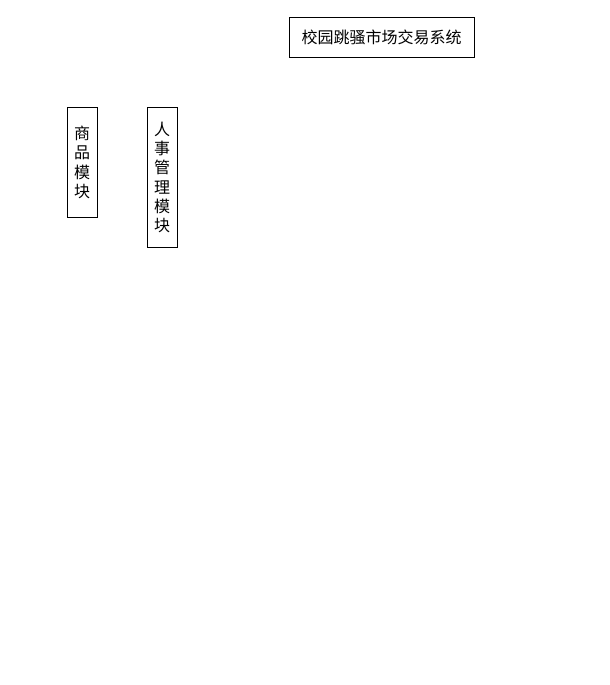
The draw.io diagram 系统框图.drawio in 200928/image, before the edit. Source tidied: cells renumbered, new cells numbered last; positions are measured from the earlier drawing's top-left corner, leaving out a move shared by most shapes. Both pictures are drawn from the tidied source at 100%, with x=0, y=0 at pixel (67, 17).
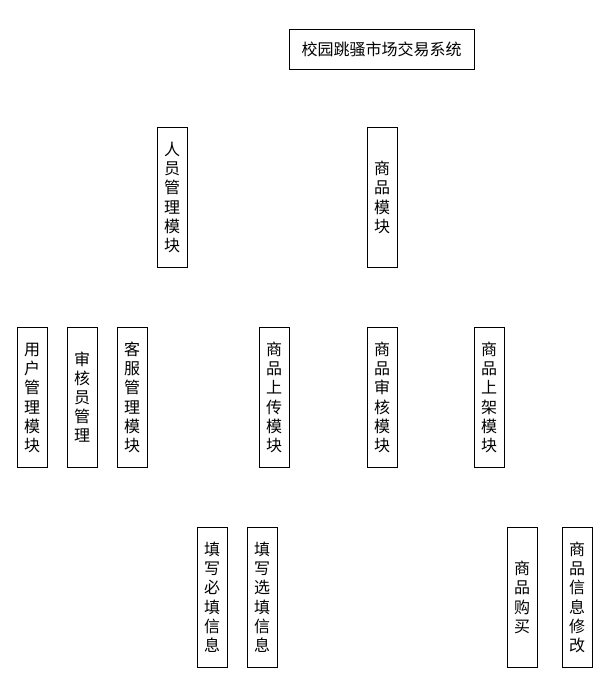
The same diagram, later.

Commit message (it also covers changes not shown here):
更新系统框图.drawio

What changed in the source:
```diff
@@
 <mxGraphModel>
   <root>
     <mxCell id="0" />
     <mxCell id="1" parent="0" />
     <mxCell id="2" value="&lt;font style=&quot;font-size: 16px&quot;&gt;校园跳骚市场交易系统&lt;/font&gt;" style="rounded=0;whiteSpace=wrap;html=1;" parent="1" vertex="1">
-      <mxGeometry x="222" width="185" height="40" as="geometry" />
+      <mxGeometry x="222" y="12" width="185" height="40" as="geometry" />
     </mxCell>
     <mxCell id="3" value="商品模块" style="rounded=0;whiteSpace=wrap;html=1;fontSize=16;" parent="1" vertex="1">
-      <mxGeometry y="90" width="30" height="110" as="geometry" />
+      <mxGeometry x="300" y="110" width="30" height="140" as="geometry" />
     </mxCell>
-    <mxCell id="4" value="人事管理 模块" style="rounded=0;whiteSpace=wrap;html=1;fontSize=16;" parent="1" vertex="1">
-      <mxGeometry x="80" y="90" width="30" height="140" as="geometry" />
+    <mxCell id="4" value="人员管理 模块" style="rounded=0;whiteSpace=wrap;html=1;fontSize=16;" parent="1" vertex="1">
+      <mxGeometry x="90" y="110" width="30" height="140" as="geometry" />
     </mxCell>
+    <mxCell id="5" value="用户管理模块" style="rounded=0;whiteSpace=wrap;html=1;fontSize=16;" parent="1" vertex="1">
+      <mxGeometry x="-50" y="310" width="30" height="140" as="geometry" />
+    </mxCell>
+    <mxCell id="6" value="审核员管理" style="rounded=0;whiteSpace=wrap;html=1;fontSize=16;" parent="1" vertex="1">
+      <mxGeometry y="310" width="30" height="140" as="geometry" />
+    </mxCell>
+    <mxCell id="7" value="商品上传模块" style="rounded=0;whiteSpace=wrap;html=1;fontSize=16;" parent="1" vertex="1">
+      <mxGeometry x="192" y="310" width="30" height="140" as="geometry" />
+    </mxCell>
+    <mxCell id="8" value="商品审核模块" style="rounded=0;whiteSpace=wrap;html=1;fontSize=16;" parent="1" vertex="1">
+      <mxGeometry x="300" y="310" width="30" height="140" as="geometry" />
+    </mxCell>
+    <mxCell id="9" value="商品上架模块" style="rounded=0;whiteSpace=wrap;html=1;fontSize=16;" parent="1" vertex="1">
+      <mxGeometry x="407" y="310" width="30" height="140" as="geometry" />
+    </mxCell>
+    <mxCell id="10" value="商品购买" style="rounded=0;whiteSpace=wrap;html=1;fontSize=16;" parent="1" vertex="1">
+      <mxGeometry x="440" y="510" width="30" height="140" as="geometry" />
+    </mxCell>
+    <mxCell id="11" value="商品信息修改" style="rounded=0;whiteSpace=wrap;html=1;fontSize=16;" parent="1" vertex="1">
+      <mxGeometry x="495" y="510" width="30" height="140" as="geometry" />
+    </mxCell>
+    <mxCell id="12" value="客服管理模块" style="rounded=0;whiteSpace=wrap;html=1;fontSize=16;" parent="1" vertex="1">
+      <mxGeometry x="50" y="310" width="30" height="140" as="geometry" />
+    </mxCell>
+    <mxCell id="13" value="填写必填信息" style="rounded=0;whiteSpace=wrap;html=1;fontSize=16;" parent="1" vertex="1">
+      <mxGeometry x="130" y="510" width="30" height="140" as="geometry" />
+    </mxCell>
+    <mxCell id="14" value="填写选填信息" style="rounded=0;whiteSpace=wrap;html=1;fontSize=16;" parent="1" vertex="1">
+      <mxGeometry x="180" y="510" width="30" height="140" as="geometry" />
+    </mxCell>
   </root>
 </mxGraphModel>
```
